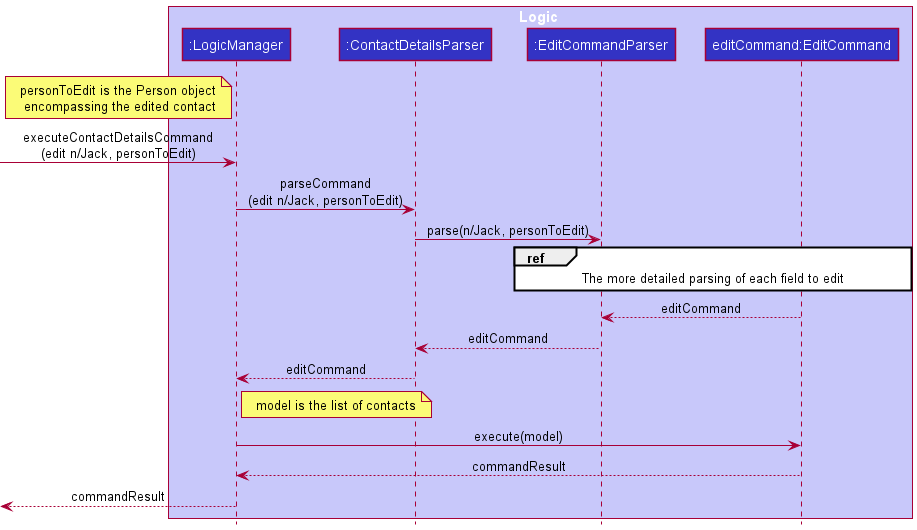
This is docs/images/EditCommandSequenceDiagram.png from tonishka/tp, a PlantUML export, as it was before one commit. The source it was exported from:
```plantuml
@startuml
!include Style.puml
hide footbox

box Logic LOGIC_COLOR_T1
participant ":LogicManager" as LogicManager LOGIC_COLOR
participant ":ContactDetailsParser" as ContactDetailsParser LOGIC_COLOR
participant ":EditCommandParser" as EditCommandParser LOGIC_COLOR
participant "editCommand:EditCommand" as EditCommand LOGIC_COLOR
end box

note left of LogicManager: personToEdit is the Person object\n encompassing the edited contact
-> LogicManager : executeContactDetailsCommand\n(edit n/Jack, personToEdit)
LogicManager -> ContactDetailsParser : parseCommand\n(edit n/Jack, personToEdit)
ContactDetailsParser -> EditCommandParser : parse(n/Jack, personToEdit)
ref over EditCommandParser, EditCommand : The more detailed parsing of each field to edit
EditCommand --> EditCommandParser : editCommand
EditCommandParser --> ContactDetailsParser : editCommand
ContactDetailsParser --> LogicManager : editCommand
note right of LogicManager : model is the list of contacts
LogicManager -> EditCommand : execute(model)
EditCommand --> LogicManager : commandResult
<-- LogicManager: commandResult
@enduml
```
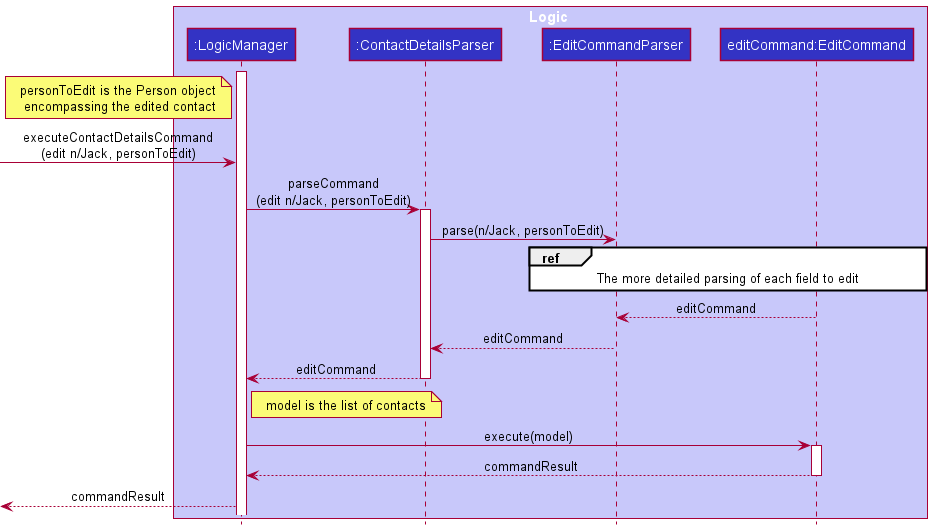
Later version of the same file.

Commit message:
Edit Feature Sequence Diagram Patch

What changed in the source:
```diff
@@ -9,16 +9,21 @@
 participant "editCommand:EditCommand" as EditCommand LOGIC_COLOR
 end box
 
+activate LogicManager
 note left of LogicManager: personToEdit is the Person object\n encompassing the edited contact
 -> LogicManager : executeContactDetailsCommand\n(edit n/Jack, personToEdit)
 LogicManager -> ContactDetailsParser : parseCommand\n(edit n/Jack, personToEdit)
+activate ContactDetailsParser
 ContactDetailsParser -> EditCommandParser : parse(n/Jack, personToEdit)
 ref over EditCommandParser, EditCommand : The more detailed parsing of each field to edit
 EditCommand --> EditCommandParser : editCommand
 EditCommandParser --> ContactDetailsParser : editCommand
 ContactDetailsParser --> LogicManager : editCommand
+deactivate ContactDetailsParser
 note right of LogicManager : model is the list of contacts
 LogicManager -> EditCommand : execute(model)
+activate EditCommand
 EditCommand --> LogicManager : commandResult
+deactivate EditCommand
 <-- LogicManager: commandResult
 @enduml
```
